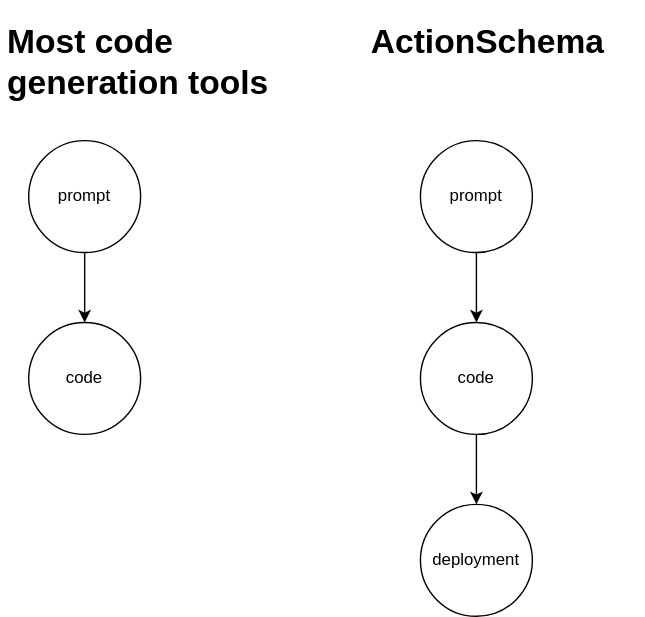
Above: public/pitchdeck/scalable-deployment.drawio.svg in CodeFromAnywhere/actionschema-homepage (draw.io), before the change. Source tidied: cells renumbered, new cells last; positions are measured from the earlier drawing's top-left corner, leaving out a move shared by most shapes.
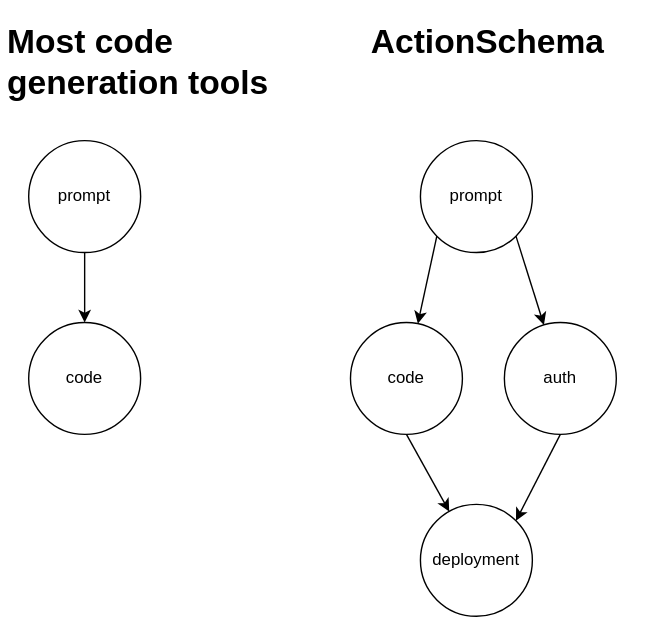
Above is the later version.

The edit, as a diff of the source:
```diff
@@ -11,9 +11,12 @@
     <mxCell id="4" value="code" style="ellipse;whiteSpace=wrap;html=1;" parent="1" vertex="1">
       <mxGeometry x="20" y="220" width="80" height="80" as="geometry" />
     </mxCell>
-    <mxCell id="5" style="edgeStyle=none;html=1;exitX=0.5;exitY=1;exitDx=0;exitDy=0;" parent="1" edge="1" source="6" target="8">
+    <mxCell id="5" style="edgeStyle=none;html=1;exitX=0;exitY=1;exitDx=0;exitDy=0;" parent="1" edge="1" source="6" target="8">
       <mxGeometry relative="1" as="geometry" />
     </mxCell>
+    <mxCell id="12" style="edgeStyle=none;html=1;exitX=1;exitY=1;exitDx=0;exitDy=0;" parent="1" edge="1" source="6" target="14">
+      <mxGeometry relative="1" as="geometry" />
+    </mxCell>
     <mxCell id="6" value="prompt" style="ellipse;whiteSpace=wrap;html=1;" parent="1" vertex="1">
       <mxGeometry x="300" y="90" width="80" height="80" as="geometry" />
     </mxCell>
@@ -21,7 +24,7 @@
       <mxGeometry relative="1" as="geometry" />
     </mxCell>
     <mxCell id="8" value="code" style="ellipse;whiteSpace=wrap;html=1;" parent="1" vertex="1">
-      <mxGeometry x="300" y="220" width="80" height="80" as="geometry" />
+      <mxGeometry x="250" y="220" width="80" height="80" as="geometry" />
     </mxCell>
     <mxCell id="9" value="deployment" style="ellipse;whiteSpace=wrap;html=1;" parent="1" vertex="1">
       <mxGeometry x="300" y="350" width="80" height="80" as="geometry" />
@@ -32,5 +35,11 @@
     <mxCell id="11" value="&lt;h1&gt;ActionSchema&lt;/h1&gt;" style="text;html=1;strokeColor=none;fillColor=none;spacing=5;spacingTop=-20;whiteSpace=wrap;overflow=hidden;rounded=0;" parent="1" vertex="1">
       <mxGeometry x="260" width="200" height="120" as="geometry" />
     </mxCell>
+    <mxCell id="13" style="edgeStyle=none;html=1;exitX=0.5;exitY=1;exitDx=0;exitDy=0;entryX=1;entryY=0;entryDx=0;entryDy=0;" parent="1" edge="1" source="14" target="9">
+      <mxGeometry relative="1" as="geometry" />
+    </mxCell>
+    <mxCell id="14" value="auth" style="ellipse;whiteSpace=wrap;html=1;" parent="1" vertex="1">
+      <mxGeometry x="360" y="220" width="80" height="80" as="geometry" />
+    </mxCell>
   </root>
 </mxGraphModel>
```
